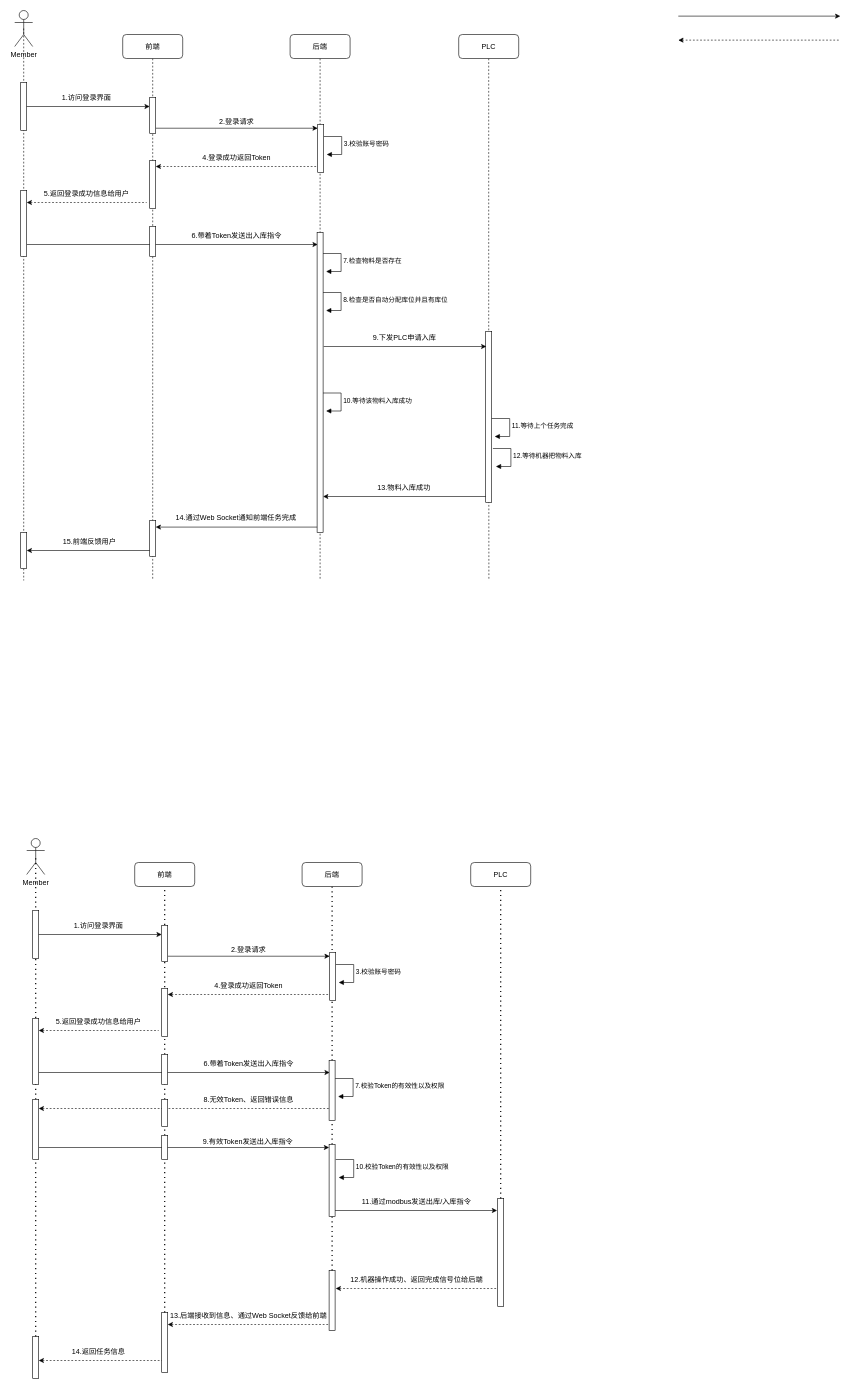
Above: page "时序图" (2 of 5) of mspaint/毕设WMS.drawio in D1isney/notes (draw.io), before the change. Source tidied: cells renumbered, new cells numbered last; positions are measured from the earlier drawing's top-left corner, leaving out a move shared by most shapes. Both pictures are drawn from the tidied source at 60%, with x=0, y=0 at pixel (14, 10).
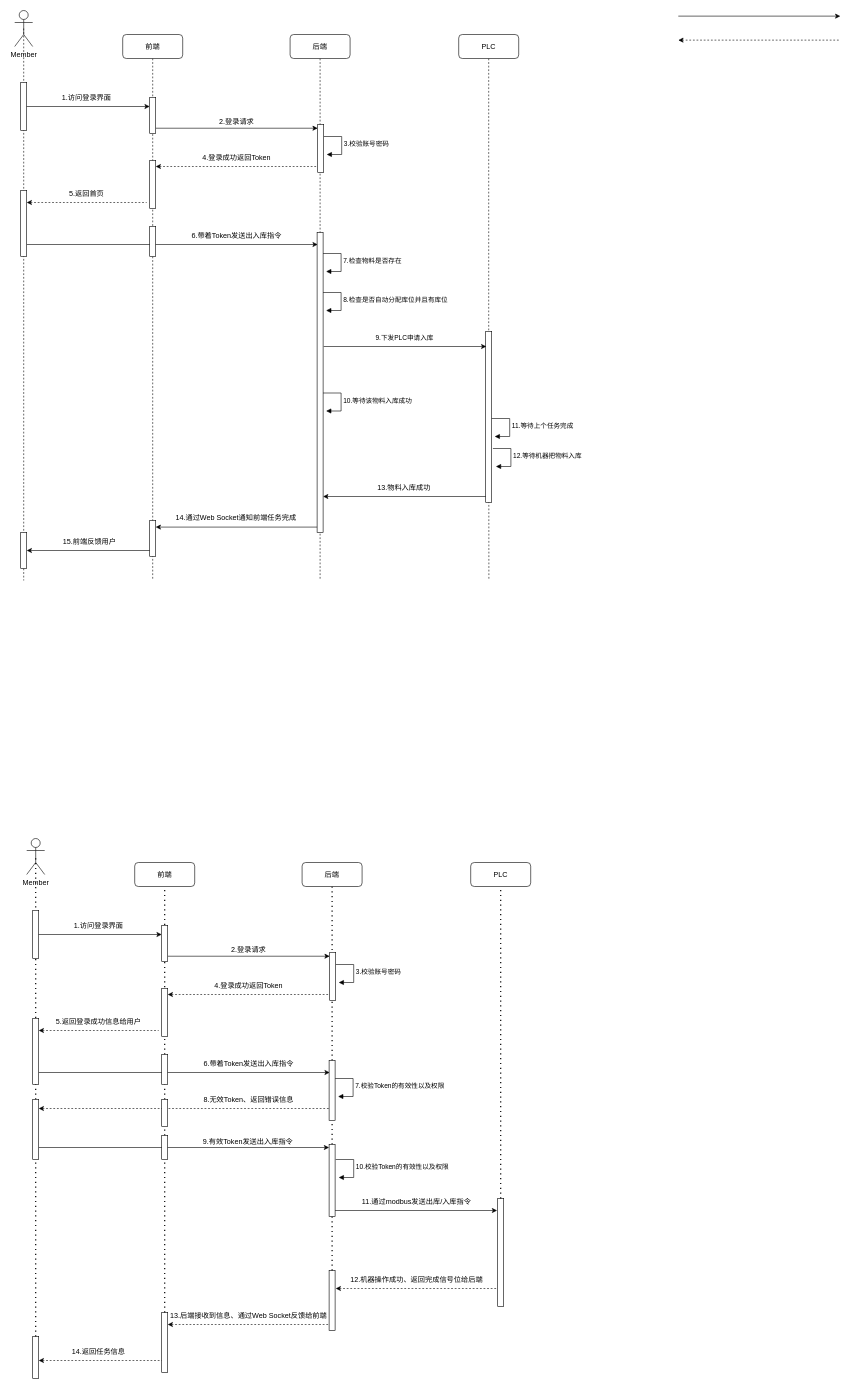
The same diagram, later.

Change to the diagram source:
```diff
@@
-    <mxCell id="28" value="5.返回登录成功信息给用户" style="text;html=1;align=center;verticalAlign=middle;whiteSpace=wrap;rounded=0;" parent="1" vertex="1">
+    <mxCell id="28" value="5.返回首页" style="text;html=1;align=center;verticalAlign=middle;whiteSpace=wrap;rounded=0;" parent="1" vertex="1">
       <mxGeometry x="20" y="290" width="200" height="30" as="geometry" />
     </mxCell>
@@
-    <mxCell id="88" value="9.下发PLC申请入库" style="text;html=1;align=center;verticalAlign=middle;whiteSpace=wrap;rounded=0;" parent="1" vertex="1">
+    <mxCell id="88" value="&lt;font style=&quot;font-size: 11px;&quot;&gt;9.下发PLC申请入库&lt;/font&gt;" style="text;html=1;align=center;verticalAlign=middle;whiteSpace=wrap;rounded=0;" parent="1" vertex="1">
       <mxGeometry x="515" y="530" width="270" height="30" as="geometry" />
     </mxCell>
```
